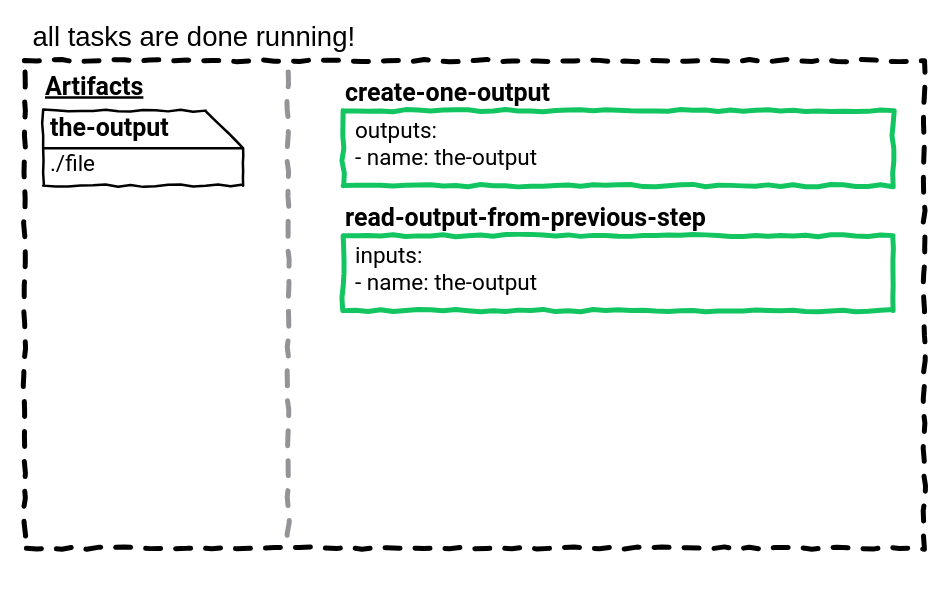
This is page "04" (4 of 4) of tasks-inputs-101/diagrams/example-one/example-one.drawio from taylorsilva/posts, a draw.io file, before an edit. Source tidied: cells renumbered, new cells numbered last; positions are measured from the earlier drawing's top-left corner, leaving out a move shared by most shapes. Both pictures are drawn from the tidied source at 125%, with x=0, y=0 at pixel (24, 25).
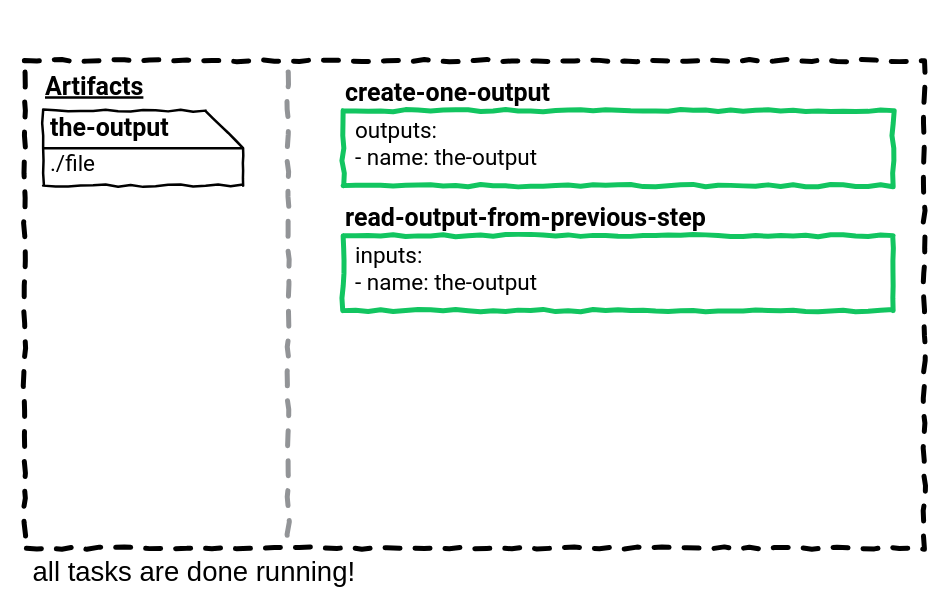
The same page after the edit.

Diff of the diagram source:
```diff
@@
 <mxGraphModel>
   <root>
     <mxCell id="0" />
     <mxCell id="1" parent="0" />
     <mxCell id="2" value="all tasks are done running!" style="text;html=1;strokeColor=none;fillColor=none;align=left;verticalAlign=middle;whiteSpace=wrap;rounded=0;comic=1;fontFamily=Patrick Hand;FType=g;fontSize=22;" parent="1" vertex="1">
-      <mxGeometry x="5" width="710" height="20" as="geometry" />
+      <mxGeometry x="5" y="428" width="710" height="20" as="geometry" />
     </mxCell>
     <mxCell id="3" value="Artifacts" style="text;html=1;strokeColor=none;fillColor=none;align=left;verticalAlign=middle;whiteSpace=wrap;rounded=0;comic=1;fontStyle=5;fontFamily=Roboto;FType=g;fontSize=20;" parent="1" vertex="1">
       <mxGeometry x="15" y="38" width="90" height="20" as="geometry" />
     </mxCell>
     <mxCell id="4" style="group;" parent="1" vertex="1">
       <mxGeometry x="15" y="68" width="160" height="130" as="geometry" />
     </mxCell>
     <mxCell id="5" style="shape=card;whiteSpace=wrap;html=1;comic=1;strokeWidth=2;fillColor=none;direction=south;" parent="4" vertex="1">
       <mxGeometry width="160" height="60" as="geometry" />
     </mxCell>
     <mxCell id="6" value="the-output" style="text;html=1;strokeColor=none;fillColor=none;align=left;verticalAlign=middle;whiteSpace=wrap;rounded=0;comic=1;fontFamily=Roboto;fontSize=20;fontStyle=1;" parent="4" vertex="1">
       <mxGeometry x="4" y="3" width="126" height="20" as="geometry" />
     </mxCell>
     <mxCell id="7" value="./file" style="text;html=1;strokeColor=none;fillColor=none;align=center;verticalAlign=middle;whiteSpace=wrap;rounded=0;comic=1;fontFamily=Roboto;fontSize=18;" parent="4" vertex="1">
       <mxGeometry x="4" y="32" width="40" height="20" as="geometry" />
     </mxCell>
     <mxCell id="8" style="endArrow=none;html=1;strokeColor=#000000;strokeWidth=2;fontFamily=Roboto;fontSize=18;exitX=0.5;exitY=1;exitDx=0;exitDy=0;exitPerimeter=0;anchorPointDirection=0;" parent="4" edge="1" source="5">
       <mxGeometry relative="1" as="geometry">
         <mxPoint x="160" y="30" as="targetPoint" />
       </mxGeometry>
     </mxCell>
     <mxCell id="9" style="group;comic=0;" parent="1" vertex="1">
       <mxGeometry x="255" y="68" width="440" height="60" as="geometry" />
     </mxCell>
     <mxCell id="10" value="&lt;b&gt;create-one-output&lt;br&gt;&lt;/b&gt;" style="rounded=0;whiteSpace=wrap;html=1;comic=1;strokeWidth=4;fillColor=none;fontFamily=Roboto;fontSize=20;align=left;labelPosition=center;verticalLabelPosition=top;verticalAlign=bottom;strokeColor=#12C560;" parent="9" vertex="1">
       <mxGeometry width="440" height="60" as="geometry" />
     </mxCell>
     <mxCell id="11" value="outputs:&lt;br&gt;- name: the-output" style="text;strokeColor=none;fillColor=none;align=left;verticalAlign=top;rounded=0;comic=1;fontFamily=Roboto;fontSize=18;spacing=0;labelPosition=center;verticalLabelPosition=middle;html=1;" parent="9" vertex="1">
       <mxGeometry x="10" width="210" height="60" as="geometry" />
     </mxCell>
     <mxCell id="12" style="group;" parent="1" vertex="1">
       <mxGeometry x="255" y="168" width="440" height="60" as="geometry" />
     </mxCell>
     <mxCell id="13" value="&lt;b&gt;read-output-from-previous-step&lt;br&gt;&lt;/b&gt;" style="rounded=0;whiteSpace=wrap;html=1;comic=1;strokeWidth=4;fillColor=none;fontFamily=Roboto;fontSize=20;align=left;labelPosition=center;verticalLabelPosition=top;verticalAlign=bottom;strokeColor=#12C560;" parent="12" vertex="1">
       <mxGeometry width="440" height="60" as="geometry" />
     </mxCell>
     <mxCell id="14" value="inputs:&lt;br&gt;- name: the-output" style="text;strokeColor=none;fillColor=none;align=left;verticalAlign=top;rounded=0;comic=1;fontFamily=Roboto;fontSize=18;spacing=0;labelPosition=center;verticalLabelPosition=middle;html=1;" parent="12" vertex="1">
       <mxGeometry x="10" width="270" height="60" as="geometry" />
     </mxCell>
-    <mxCell id="15" style="whiteSpace=wrap;html=1;dashed=1;strokeWidth=4;comic=1;fillColor=none;spacing=2;" parent="1" vertex="1">
+    <mxCell id="15" style="whiteSpace=wrap;html=1;dashed=1;strokeWidth=4;comic=1;fillColor=none;spacing=2;labelPosition=center;verticalLabelPosition=top;align=left;verticalAlign=bottom;fontFamily=Roboto;fontStyle=1;fontSize=23;" parent="1" vertex="1">
       <mxGeometry y="28" width="720" height="390" as="geometry" />
     </mxCell>
     <mxCell id="16" style="endArrow=none;dashed=1;html=1;strokeWidth=4;comic=1;anchorPointDirection=0;exitX=0.293;exitY=0;exitDx=0;exitDy=0;exitPerimeter=0;strokeColor=#929497;" parent="1" edge="1">
       <mxGeometry relative="1" as="geometry">
         <mxPoint x="211" y="37" as="sourcePoint" />
         <mxPoint x="211" y="417" as="targetPoint" />
       </mxGeometry>
     </mxCell>
   </root>
 </mxGraphModel>
```
